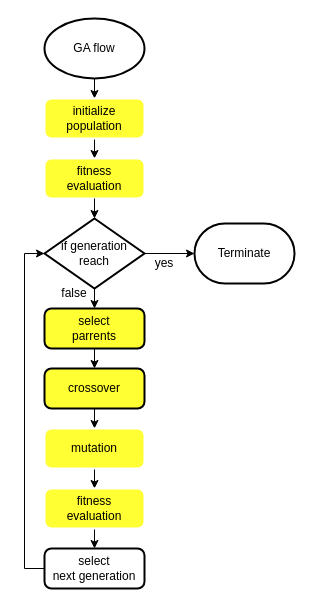
The draw.io diagram flow_graph.drawio in davidwu110405/Genetic-Algorithm-impl, before the edit. Source tidied: cells renumbered, new cells numbered last; positions are measured from the earlier drawing's top-left corner, leaving out a move shared by most shapes. Both pictures are drawn from the tidied source at 100%, with x=0, y=0 at pixel (44, 18).
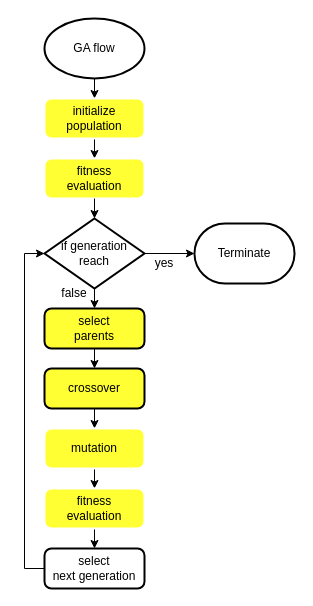
The same diagram, later.

The edit, as a diff of the source:
```diff
@@
-    <mxCell id="8" value="select&lt;div&gt;parrents&lt;/div&gt;" style="rounded=1;whiteSpace=wrap;html=1;absoluteArcSize=1;arcSize=14;strokeWidth=2;fontColor=#000000;fillColor=#FFFF33;" parent="1" vertex="1">
+    <mxCell id="8" value="select&lt;div&gt;parents&lt;/div&gt;" style="rounded=1;whiteSpace=wrap;html=1;absoluteArcSize=1;arcSize=14;strokeWidth=2;fontColor=#000000;fillColor=#FFFF33;" parent="1" vertex="1">
       <mxGeometry y="290" width="100" height="40" as="geometry" />
     </mxCell>
```
